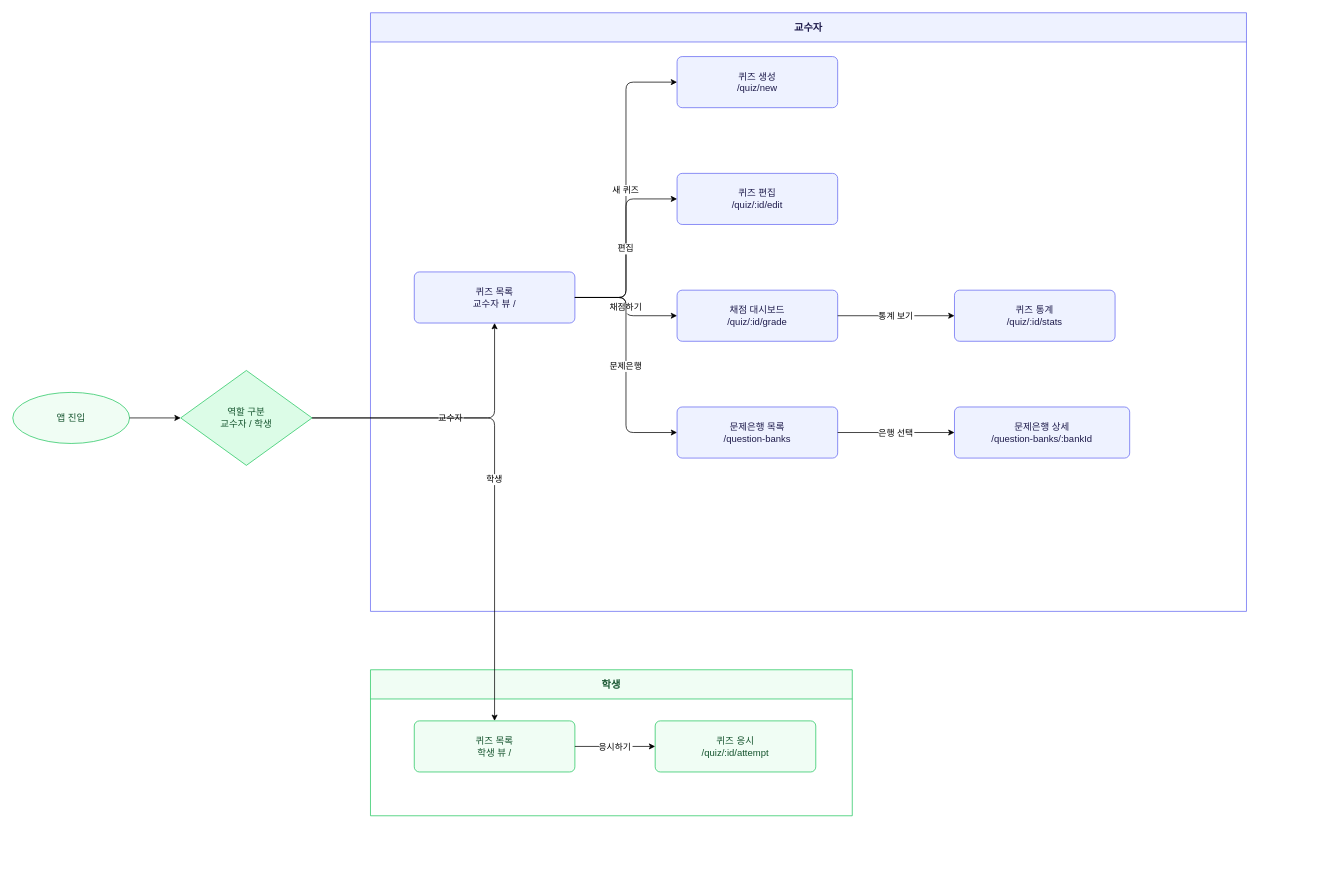
Above: page "01. 전체 사이트맵" (1 of 4) of docs/flowcharts/XN_Quizzes_화면흐름도.drawio in minjukim13/xnquiz (draw.io), before the change. Source tidied: cells renumbered, new cells numbered last; positions are measured from the earlier drawing's top-left corner, leaving out a move shared by most shapes. Both pictures are drawn from the tidied source at 73%, with x=0, y=0 at pixel (12, 12).
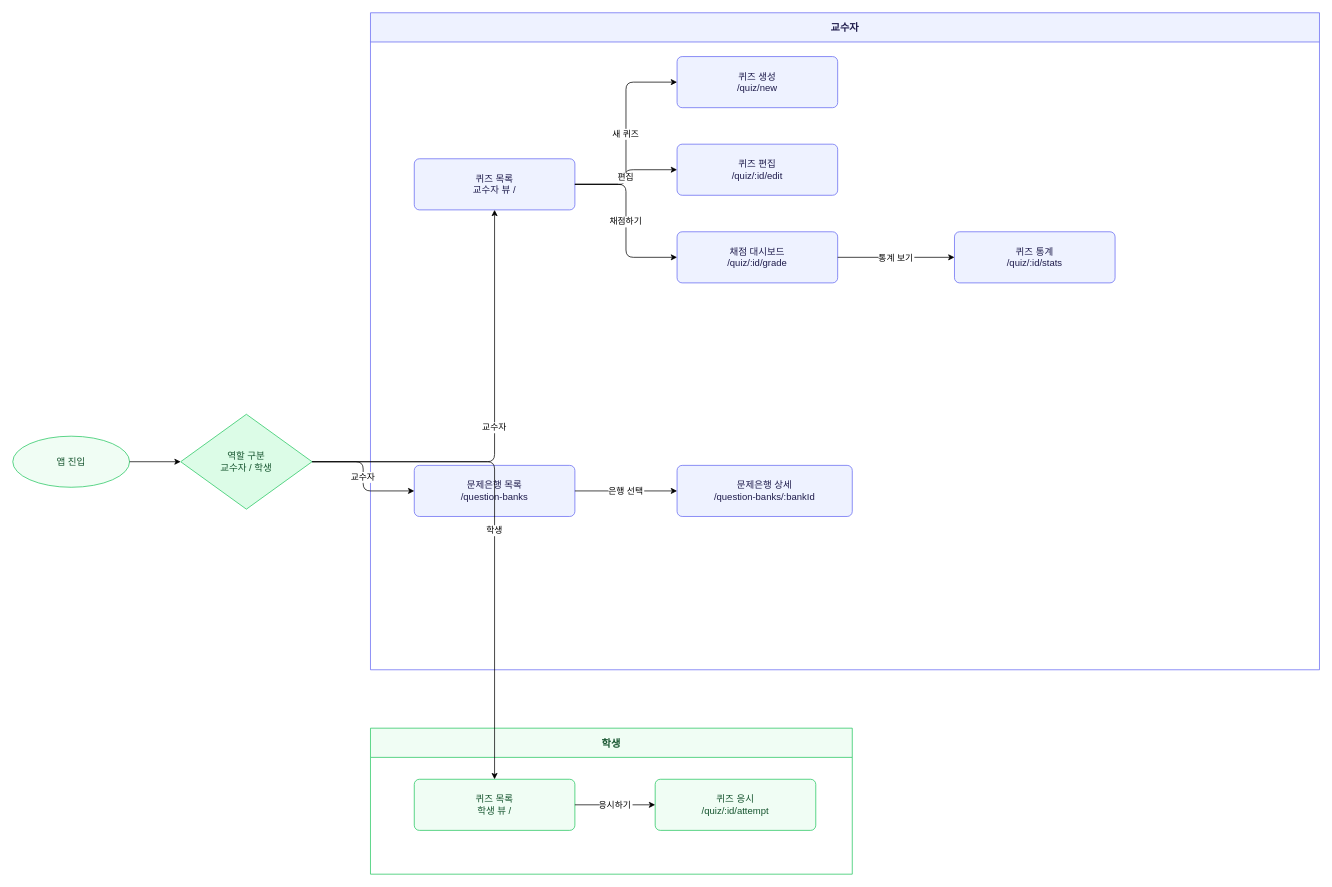
Above is the later version.

Commit message (it also covers changes not shown here):
fix-docs: 사이트맵 문제은행 목록 depth 수정 (퀴즈 목록과 동일 레벨)

What changed in the source:
```diff
@@
     <mxCell id="2" value="앱 진입" style="ellipse;fillColor=#F0FDF4;strokeColor=#22C55E;fontColor=#14532d;fontFamily=Pretendard,sans-serif;fontSize=13;align=center;whiteSpace=wrap;html=1;" parent="1" vertex="1">
-      <mxGeometry y="520" width="160" height="70" as="geometry" />
+      <mxGeometry y="580" width="160" height="70" as="geometry" />
     </mxCell>
     <mxCell id="3" value="역할 구분&#10;교수자 / 학생" style="rhombus;fillColor=#DCFCE7;strokeColor=#22C55E;fontColor=#14532d;fontFamily=Pretendard,sans-serif;fontSize=13;align=center;whiteSpace=wrap;html=1;" parent="1" vertex="1">
-      <mxGeometry x="230" y="490" width="180" height="130" as="geometry" />
+      <mxGeometry x="230" y="550" width="180" height="130" as="geometry" />
     </mxCell>
     <mxCell id="4" value="교수자" style="swimlane;startSize=40;fillColor=#EEF2FF;strokeColor=#6366F1;fontColor=#1e1b4b;fontFamily=Pretendard,sans-serif;fontSize=14;fontStyle=1;" parent="1" vertex="1">
-      <mxGeometry x="490" width="1200" height="820" as="geometry" />
+      <mxGeometry x="490" width="1300" height="900" as="geometry" />
     </mxCell>
     <mxCell id="5" value="퀴즈 목록&#10;교수자 뷰  /" style="rounded=1;arcSize=10;fillColor=#EEF2FF;strokeColor=#6366F1;fontColor=#1e1b4b;fontFamily=Pretendard,sans-serif;fontSize=13;align=center;whiteSpace=wrap;html=1;" parent="4" vertex="1">
-      <mxGeometry x="60" y="355" width="220" height="70" as="geometry" />
+      <mxGeometry x="60" y="200" width="220" height="70" as="geometry" />
     </mxCell>
+    <mxCell id="9" value="문제은행 목록&#10;/question-banks" style="rounded=1;arcSize=10;fillColor=#EEF2FF;strokeColor=#6366F1;fontColor=#1e1b4b;fontFamily=Pretendard,sans-serif;fontSize=13;align=center;whiteSpace=wrap;html=1;" parent="4" vertex="1">
+      <mxGeometry x="60" y="620" width="220" height="70" as="geometry" />
+    </mxCell>
@@
     <mxCell id="7" value="퀴즈 편집&#10;/quiz/:id/edit" style="rounded=1;arcSize=10;fillColor=#EEF2FF;strokeColor=#6366F1;fontColor=#1e1b4b;fontFamily=Pretendard,sans-serif;fontSize=13;align=center;whiteSpace=wrap;html=1;" parent="4" vertex="1">
-      <mxGeometry x="420" y="220" width="220" height="70" as="geometry" />
+      <mxGeometry x="420" y="180" width="220" height="70" as="geometry" />
     </mxCell>
     <mxCell id="8" value="채점 대시보드&#10;/quiz/:id/grade" style="rounded=1;arcSize=10;fillColor=#EEF2FF;strokeColor=#6366F1;fontColor=#1e1b4b;fontFamily=Pretendard,sans-serif;fontSize=13;align=center;whiteSpace=wrap;html=1;" parent="4" vertex="1">
-      <mxGeometry x="420" y="380" width="220" height="70" as="geometry" />
+      <mxGeometry x="420" y="300" width="220" height="70" as="geometry" />
     </mxCell>
-    <mxCell id="9" value="문제은행 목록&#10;/question-banks" style="rounded=1;arcSize=10;fillColor=#EEF2FF;strokeColor=#6366F1;fontColor=#1e1b4b;fontFamily=Pretendard,sans-serif;fontSize=13;align=center;whiteSpace=wrap;html=1;" parent="4" vertex="1">
-      <mxGeometry x="420" y="540" width="220" height="70" as="geometry" />
-    </mxCell>
+    <mxCell id="11" value="문제은행 상세&#10;/question-banks/:bankId" style="rounded=1;arcSize=10;fillColor=#EEF2FF;strokeColor=#6366F1;fontColor=#1e1b4b;fontFamily=Pretendard,sans-serif;fontSize=13;align=center;whiteSpace=wrap;html=1;" parent="4" vertex="1">
+      <mxGeometry x="420" y="620" width="240" height="70" as="geometry" />
+    </mxCell>
     <mxCell id="10" value="퀴즈 통계&#10;/quiz/:id/stats" style="rounded=1;arcSize=10;fillColor=#EEF2FF;strokeColor=#6366F1;fontColor=#1e1b4b;fontFamily=Pretendard,sans-serif;fontSize=13;align=center;whiteSpace=wrap;html=1;" parent="4" vertex="1">
-      <mxGeometry x="800" y="380" width="220" height="70" as="geometry" />
+      <mxGeometry x="800" y="300" width="220" height="70" as="geometry" />
     </mxCell>
-    <mxCell id="11" value="문제은행 상세&#10;/question-banks/:bankId" style="rounded=1;arcSize=10;fillColor=#EEF2FF;strokeColor=#6366F1;fontColor=#1e1b4b;fontFamily=Pretendard,sans-serif;fontSize=13;align=center;whiteSpace=wrap;html=1;" parent="4" vertex="1">
-      <mxGeometry x="800" y="540" width="240" height="70" as="geometry" />
-    </mxCell>
     <mxCell id="12" value="학생" style="swimlane;startSize=40;fillColor=#F0FDF4;strokeColor=#22C55E;fontColor=#14532d;fontFamily=Pretendard,sans-serif;fontSize=14;fontStyle=1;" parent="1" vertex="1">
-      <mxGeometry x="490" y="900" width="660" height="200" as="geometry" />
+      <mxGeometry x="490" y="980" width="660" height="200" as="geometry" />
     </mxCell>
@@
+    <mxCell id="25" value="교수자" style="edgeStyle=orthogonalEdgeStyle;rounded=1;fontSize=12;fontFamily=Pretendard,sans-serif;" parent="1" edge="1" source="3" target="9">
+      <mxGeometry relative="1" as="geometry" />
+    </mxCell>
@@
-    <mxCell id="21" value="문제은행" style="edgeStyle=orthogonalEdgeStyle;rounded=1;fontSize=12;fontFamily=Pretendard,sans-serif;exitX=1;exitY=0.5;exitDx=0;exitDy=0;entryX=0;entryY=0.5;entryDx=0;entryDy=0;" parent="4" edge="1" source="5" target="9">
-      <mxGeometry relative="1" as="geometry" />
-    </mxCell>
```
